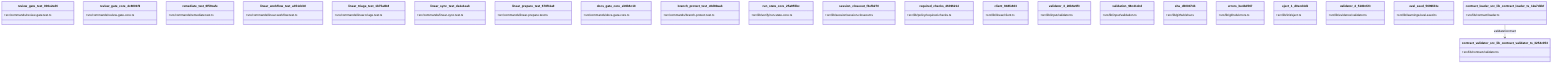
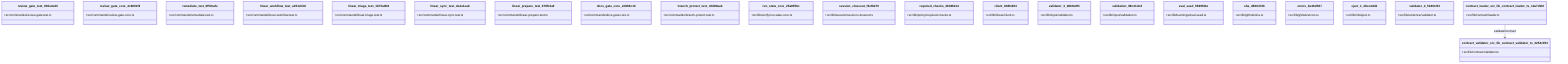
classDiagram
  class review_gate_test_000e2ed6 {
    +src/commands/review-gate.test.ts
  }
  class review_gate_core_4c8001f9 {
    +src/commands/review-gate-core.ts
  }
  class remediate_test_6f59cafe {
    +src/commands/remediate.test.ts
  }
  class linear_workflow_test_a351dcb0 {
    +src/commands/linear-workflow.test.ts
  }
  class linear_triage_test_1b75a8b8 {
    +src/commands/linear-triage.test.ts
  }
  class linear_sync_test_da1e1eab {
    +src/commands/linear-sync.test.ts
  }
  class linear_prepare_test_678f11a9 {
    +src/commands/linear-prepare.test.ts
  }
  class docs_gate_core_eb9b6c18 {
    +src/commands/docs-gate-core.ts
  }
  class branch_protect_test_c8d80aab {
    +src/commands/branch-protect.test.ts
  }
  class run_state_core_25a955bc {
    +src/lib/verify/run-state-core.ts
  }
  class session_closeout_f3efb270 {
    +src/lib/session/session-closeout.ts
  }
  class required_checks_46396214 {
    +src/lib/policy/required-checks.ts
  }
  class client_948fe603 {
    +src/lib/linear/client.ts
  }
  class validator_3_28b6e9f3 {
    +src/lib/input/validator.ts
  }
  class validation_98c41dcd {
    +src/lib/input/validation.ts
  }
+   class eval_seed_5699fd3e {
+     +src/lib/learnings/eval-seed.ts
+   }
  class sha_d600474b {
    +src/lib/github/sha.ts
  }
  class errors_be4bd567 {
    +src/lib/github/errors.ts
  }
  class eject_1_d0ecd4d1 {
    +src/lib/init/eject.ts
  }
  class validator_4_5180cf23 {
    +src/lib/evidence/validator.ts
  }
-   class eval_seed_5699fd3e {
-     +src/lib/learnings/eval-seed.ts
-   }
  class contract_loader_src_lib_contract_loader_ts_12a7d1bf {
    +src/lib/contract/loader.ts
  }
  class contract_validator_src_lib_contract_validator_ts_3254c053 {
    +src/lib/contract/validator.ts
  }
  contract_loader_src_lib_contract_loader_ts_12a7d1bf --> contract_validator_src_lib_contract_validator_ts_3254c053 : validateContract
